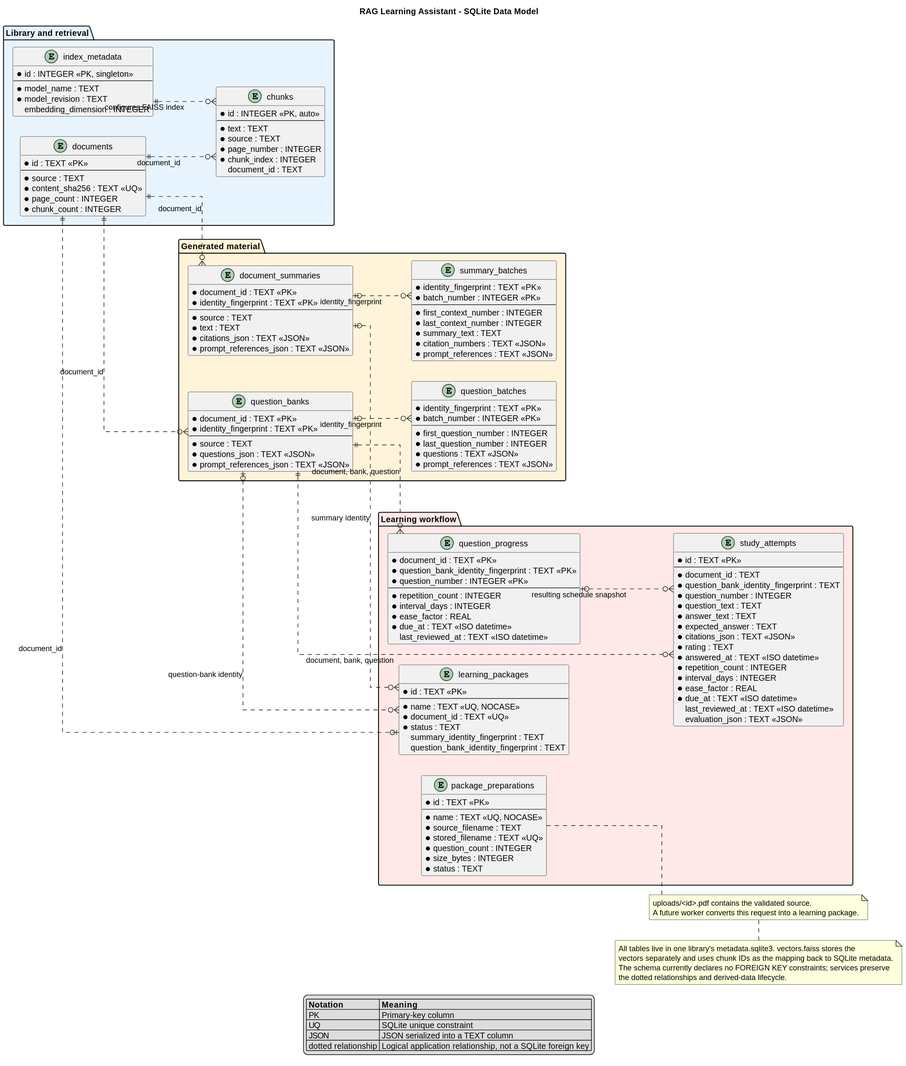
The PlantUML diagram docs/database-overview.svg in ebe542/rag-learning-assistant, before a commit.
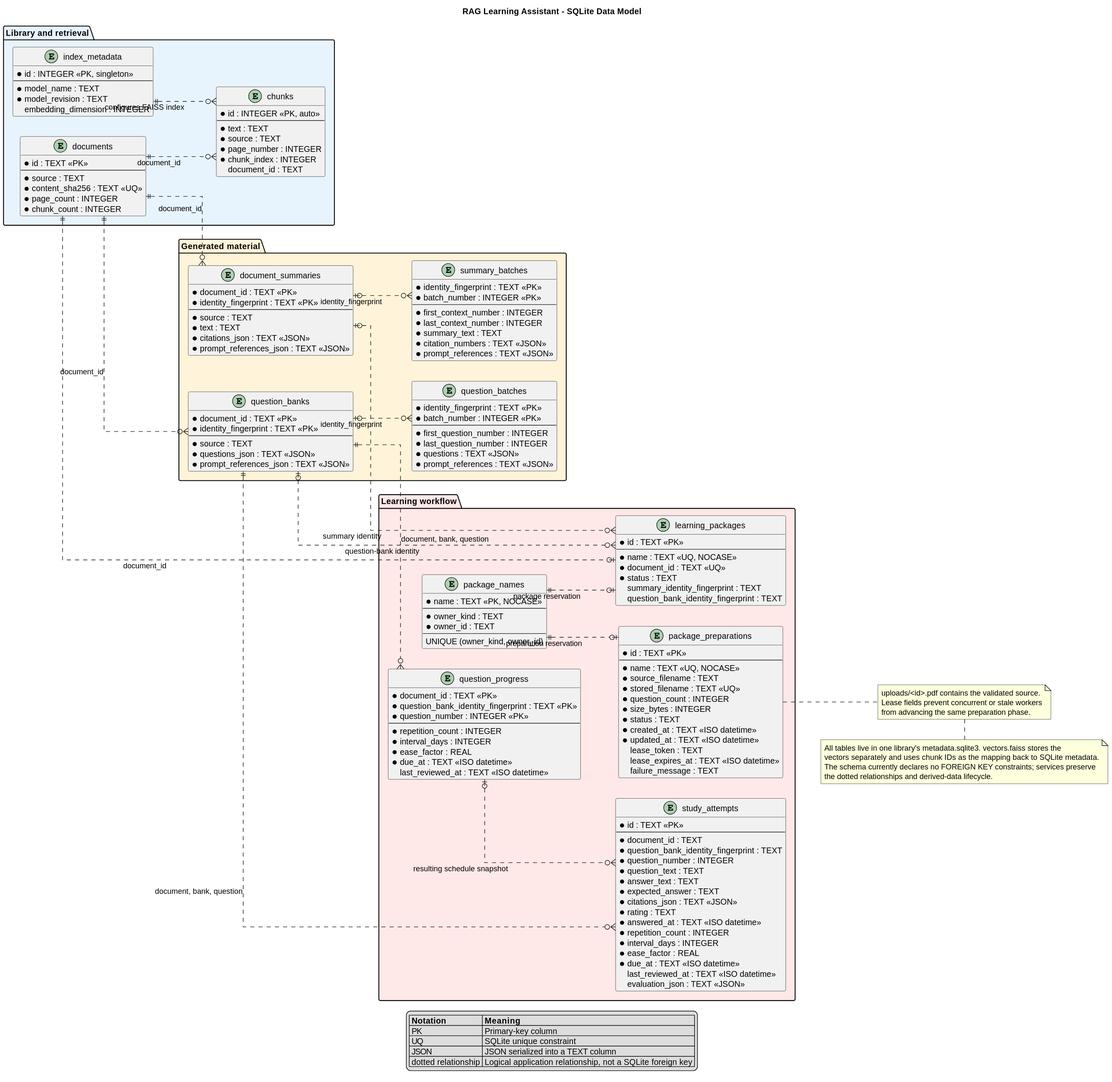
Later version of the same file.

What changed in the source:
```diff
@@ -81,6 +81,15 @@
 }
 
 package "Learning workflow" #FFE8E8 {
+  entity package_names {
+    * name : TEXT <<PK, NOCASE>>
+    --
+    * owner_kind : TEXT
+    * owner_id : TEXT
+    --
+    UNIQUE (owner_kind, owner_id)
+  }
+
   entity package_preparations {
     * id : TEXT <<PK>>
     --
@@ -90,6 +99,11 @@
     * question_count : INTEGER
     * size_bytes : INTEGER
     * status : TEXT
+    * created_at : TEXT <<ISO datetime>>
+    * updated_at : TEXT <<ISO datetime>>
+    lease_token : TEXT
+    lease_expires_at : TEXT <<ISO datetime>>
+    failure_message : TEXT
   }
 
   entity learning_packages {
@@ -147,10 +161,13 @@
 question_banks ||..o{ question_progress : document, bank, question
 question_banks ||..o{ study_attempts : document, bank, question
 question_progress |o..o{ study_attempts : resulting schedule snapshot
+package_names ||..o| package_preparations : preparation reservation
+package_names ||..o| learning_packages : package reservation
 
 note right of package_preparations
   uploads/<id>.pdf contains the validated source.
-  A future worker converts this request into a learning package.
+  Lease fields prevent concurrent or stale workers
+  from advancing the same preparation phase.
 end note
 
 legend bottom
```
